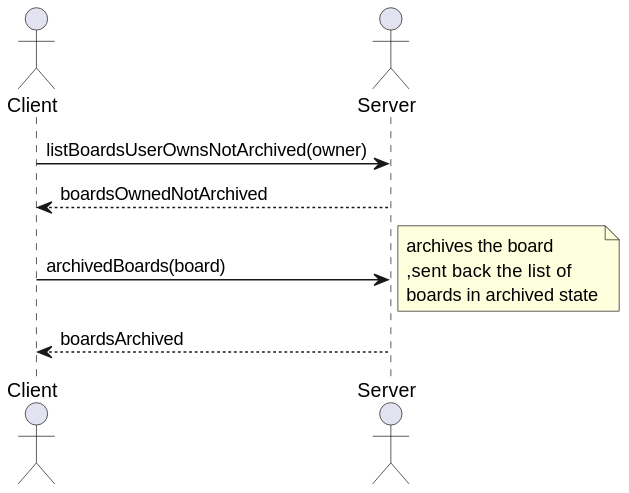
jovami/isep-lapr4 keeps this PlantUML diagram as docs/us_3010/SSD.svg. Above is the earlier version.
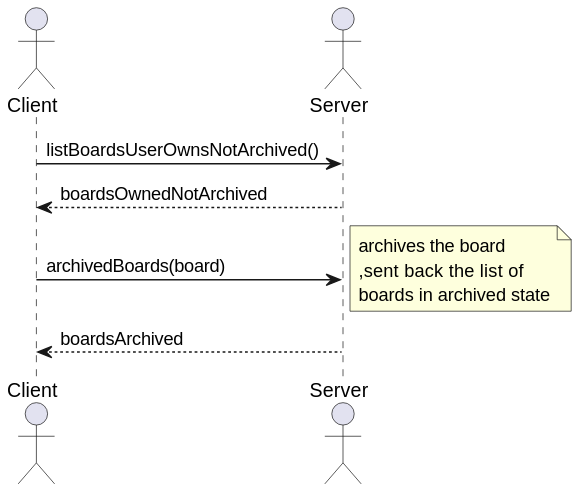
Later version of the same file.

Diff of the diagram source:
```diff
@@ -3,9 +3,7 @@
 actor Server as server
 
 
-
-
-client -> server : listBoardsUserOwnsNotArchived(owner)
+client -> server : listBoardsUserOwnsNotArchived()
 client <-- server :boardsOwnedNotArchived
 client -> server : archivedBoards(board)
 note right :archives the board\n,sent back the list of\nboards in archived state
```
